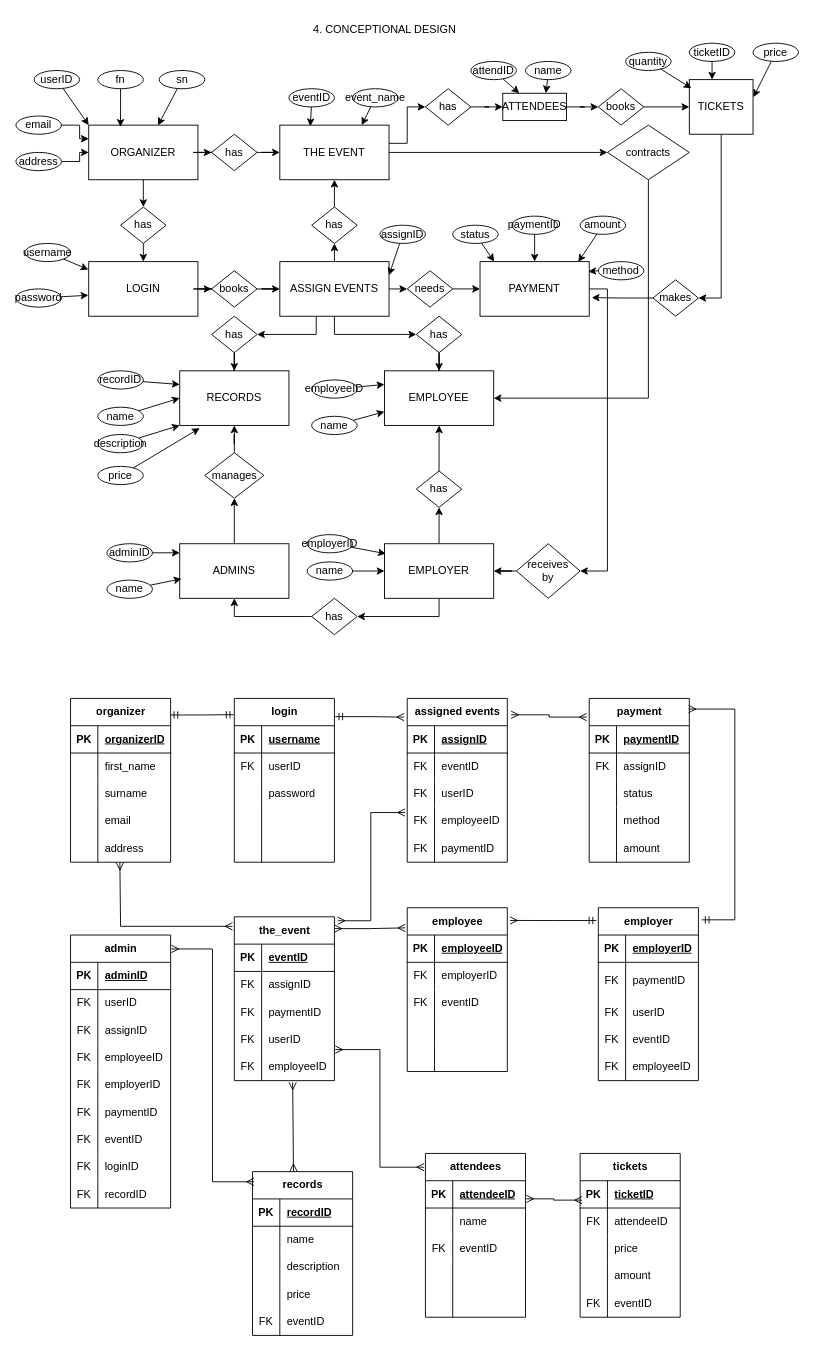
julieeesy/data_modelling_workshop keeps this draw.io diagram as data model group.drawio. Above is the earlier version. Source tidied: cells renumbered, new cells numbered last; positions are measured from the earlier drawing's top-left corner, leaving out a move shared by most shapes. Both pictures are drawn from the tidied source at 91%, with x=0, y=0 at pixel (15, 15).
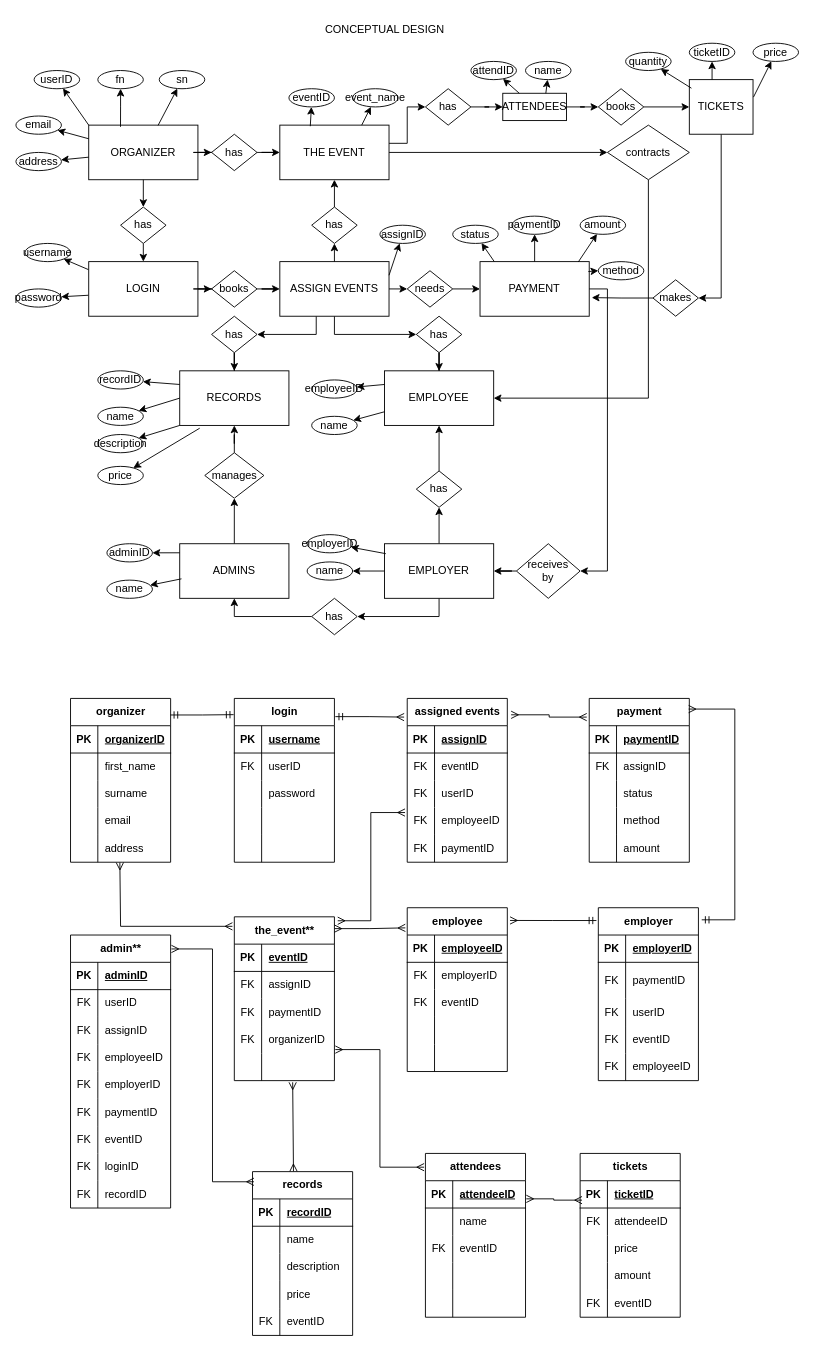
After the change.

Unchanged cells that the change refers to:
```xml
<mxCell id="3" value="LOGIN" style="rounded=0;whiteSpace=wrap;html=1;" parent="1" vertex="1">
<mxCell id="6" value="ORGANIZER" style="rounded=0;whiteSpace=wrap;html=1;" parent="1" vertex="1">
<mxCell id="11" value="ASSIGN EVENTS" style="rounded=0;whiteSpace=wrap;html=1;" parent="1" vertex="1">
<mxCell id="12" value="RECORDS" style="rounded=0;whiteSpace=wrap;html=1;" parent="1" vertex="1">
<mxCell id="14" value="ADMINS" style="rounded=0;whiteSpace=wrap;html=1;" parent="1" vertex="1">
<mxCell id="17" value="THE EVENT" style="rounded=0;whiteSpace=wrap;html=1;" parent="1" vertex="1">
<mxCell id="19" value="PAYMENT" style="rounded=0;whiteSpace=wrap;html=1;" parent="1" vertex="1">
<mxCell id="20" value="EMPLOYEE" style="rounded=0;whiteSpace=wrap;html=1;" parent="1" vertex="1">
<mxCell id="24" value="EMPLOYER" style="rounded=0;whiteSpace=wrap;html=1;" parent="1" vertex="1">
<mxCell id="48" value="userID" style="ellipse;whiteSpace=wrap;html=1;" parent="1" vertex="1">
<mxCell id="49" value="fn" style="ellipse;whiteSpace=wrap;html=1;" parent="1" vertex="1">
<mxCell id="50" value="sn" style="ellipse;whiteSpace=wrap;html=1;" parent="1" vertex="1">
<mxCell id="52" value="email" style="ellipse;whiteSpace=wrap;html=1;" parent="1" vertex="1">
<mxCell id="54" value="address" style="ellipse;whiteSpace=wrap;html=1;" parent="1" vertex="1">
<mxCell id="55" value="username" style="ellipse;whiteSpace=wrap;html=1;" parent="1" vertex="1">
<mxCell id="56" value="password" style="ellipse;whiteSpace=wrap;html=1;" parent="1" vertex="1">
<mxCell id="57" value="eventID" style="ellipse;whiteSpace=wrap;html=1;" parent="1" vertex="1">
<mxCell id="59" value="event_name" style="ellipse;whiteSpace=wrap;html=1;" parent="1" vertex="1">
<mxCell id="61" value="paymentID" style="ellipse;whiteSpace=wrap;html=1;" parent="1" vertex="1">
<mxCell id="62" value="amount" style="ellipse;whiteSpace=wrap;html=1;" parent="1" vertex="1">
<mxCell id="63" value="status" style="ellipse;whiteSpace=wrap;html=1;" parent="1" vertex="1">
<mxCell id="64" value="method" style="ellipse;whiteSpace=wrap;html=1;" parent="1" vertex="1">
<mxCell id="66" value="employeeID" style="ellipse;whiteSpace=wrap;html=1;" parent="1" vertex="1">
<mxCell id="68" value="name" style="ellipse;whiteSpace=wrap;html=1;" parent="1" vertex="1">
<mxCell id="70" value="name" style="ellipse;whiteSpace=wrap;html=1;" parent="1" vertex="1">
<mxCell id="71" value="employerID" style="ellipse;whiteSpace=wrap;html=1;" parent="1" vertex="1">
<mxCell id="73" value="recordID" style="ellipse;whiteSpace=wrap;html=1;" parent="1" vertex="1">
<mxCell id="75" value="name" style="ellipse;whiteSpace=wrap;html=1;" parent="1" vertex="1">
<mxCell id="77" value="description" style="ellipse;whiteSpace=wrap;html=1;" parent="1" vertex="1">
<mxCell id="78" value="price" style="ellipse;whiteSpace=wrap;html=1;" parent="1" vertex="1">
<mxCell id="80" value="adminID" style="ellipse;whiteSpace=wrap;html=1;" parent="1" vertex="1">
<mxCell id="81" value="name" style="ellipse;whiteSpace=wrap;html=1;" parent="1" vertex="1">
<mxCell id="131" value="assignID" style="ellipse;whiteSpace=wrap;html=1;" parent="1" vertex="1">
<mxCell id="190" style="shape=tableRow;horizontal=0;startSize=0;swimlaneHead=0;swimlaneBody=0;fillColor=none;points=[[0,0.5],[1,0.5]];portConstraint=eastwest;top=0;left=0;right=0;bottom=0;" parent="180" vertex="1">
<mxCell id="193" style="shape=tableRow;horizontal=0;startSize=0;swimlaneHead=0;swimlaneBody=0;fillColor=none;points=[[0,0.5],[1,0.5]];portConstraint=eastwest;top=0;left=0;right=0;bottom=0;" parent="180" vertex="1">
<mxCell id="251" value="ATTENDEES" style="rounded=0;whiteSpace=wrap;html=1;" parent="1" vertex="1">
<mxCell id="253" value="TICKETS" style="rounded=0;whiteSpace=wrap;html=1;" parent="1" vertex="1">
<mxCell id="259" value="attendID" style="ellipse;whiteSpace=wrap;html=1;" parent="1" vertex="1">
<mxCell id="260" value="name" style="ellipse;whiteSpace=wrap;html=1;" parent="1" vertex="1">
<mxCell id="261" value="ticketID" style="ellipse;whiteSpace=wrap;html=1;" parent="1" vertex="1">
<mxCell id="262" value="quantity" style="ellipse;whiteSpace=wrap;html=1;" parent="1" vertex="1">
<mxCell id="265" value="price" style="ellipse;whiteSpace=wrap;html=1;" parent="1" vertex="1">
```

The edit, as a diff of the source:
```diff
@@
-    <mxCell id="47" style="rounded=0;jettySize=auto;html=1;entryX=0;entryY=0;entryDx=0;entryDy=0;" parent="1" edge="1" source="48" target="6">
+    <mxCell id="47" style="rounded=0;jettySize=auto;html=1;entryX=0;entryY=0;entryDx=0;entryDy=0;endArrow=none;endFill=0;startArrow=classic;startFill=1;" parent="1" edge="1" source="48" target="6">
       <mxGeometry relative="1" as="geometry" />
     </mxCell>
@@
-    <mxCell id="51" style="edgeStyle=orthogonalEdgeStyle;rounded=0;jettySize=auto;html=1;entryX=0;entryY=0.25;entryDx=0;entryDy=0;" parent="1" edge="1" source="52" target="6">
+    <mxCell id="51" style="rounded=0;jettySize=auto;html=1;entryX=0;entryY=0.25;entryDx=0;entryDy=0;endArrow=none;endFill=0;startArrow=classic;startFill=1;" parent="1" edge="1" source="52" target="6">
       <mxGeometry relative="1" as="geometry" />
     </mxCell>
@@
-    <mxCell id="53" style="edgeStyle=orthogonalEdgeStyle;rounded=0;jettySize=auto;html=1;" parent="1" edge="1" source="54" target="6">
+    <mxCell id="53" style="rounded=0;jettySize=auto;html=1;endArrow=none;endFill=0;startArrow=classic;startFill=1;" parent="1" edge="1" source="54" target="6">
       <mxGeometry relative="1" as="geometry" />
     </mxCell>
@@
-    <mxCell id="58" style="rounded=0;jettySize=auto;html=1;entryX=0.75;entryY=0;entryDx=0;entryDy=0;" parent="1" edge="1" source="59" target="17">
+    <mxCell id="58" style="rounded=0;jettySize=auto;html=1;entryX=0.75;entryY=0;entryDx=0;entryDy=0;endArrow=none;endFill=0;startArrow=classic;startFill=1;" parent="1" edge="1" source="59" target="17">
       <mxGeometry relative="1" as="geometry" />
     </mxCell>
@@
-    <mxCell id="60" style="rounded=0;jettySize=auto;html=1;entryX=0.5;entryY=0;entryDx=0;entryDy=0;" parent="1" edge="1" source="61" target="19">
+    <mxCell id="60" style="rounded=0;jettySize=auto;html=1;entryX=0.5;entryY=0;entryDx=0;entryDy=0;endArrow=none;endFill=0;startArrow=classic;startFill=1;" parent="1" edge="1" source="61" target="19">
       <mxGeometry relative="1" as="geometry" />
     </mxCell>
@@
-    <mxCell id="65" style="rounded=0;jettySize=auto;html=1;entryX=0;entryY=0.25;entryDx=0;entryDy=0;" parent="1" edge="1" source="66" target="20">
+    <mxCell id="65" style="rounded=0;jettySize=auto;html=1;entryX=0;entryY=0.25;entryDx=0;entryDy=0;endArrow=none;endFill=0;startArrow=classic;startFill=1;" parent="1" edge="1" source="66" target="20">
       <mxGeometry relative="1" as="geometry" />
     </mxCell>
@@
-    <mxCell id="67" style="rounded=0;jettySize=auto;html=1;entryX=0;entryY=0.75;entryDx=0;entryDy=0;" parent="1" edge="1" source="68" target="20">
+    <mxCell id="67" style="rounded=0;jettySize=auto;html=1;entryX=0;entryY=0.75;entryDx=0;entryDy=0;endArrow=none;endFill=0;startArrow=classic;startFill=1;" parent="1" edge="1" source="68" target="20">
       <mxGeometry relative="1" as="geometry" />
     </mxCell>
@@
-    <mxCell id="69" style="rounded=0;jettySize=auto;html=1;entryX=0;entryY=0.5;entryDx=0;entryDy=0;" parent="1" edge="1" source="70" target="24">
+    <mxCell id="69" style="rounded=0;jettySize=auto;html=1;entryX=0;entryY=0.5;entryDx=0;entryDy=0;endArrow=none;endFill=0;startArrow=classic;startFill=1;" parent="1" edge="1" source="70" target="24">
       <mxGeometry relative="1" as="geometry" />
     </mxCell>
@@
-    <mxCell id="72" style="rounded=0;jettySize=auto;html=1;entryX=0;entryY=0.25;entryDx=0;entryDy=0;" parent="1" edge="1" source="73" target="12">
+    <mxCell id="72" style="rounded=0;jettySize=auto;html=1;entryX=0;entryY=0.25;entryDx=0;entryDy=0;endArrow=none;endFill=0;startArrow=classic;startFill=1;" parent="1" edge="1" source="73" target="12">
       <mxGeometry relative="1" as="geometry" />
     </mxCell>
@@
-    <mxCell id="74" style="rounded=0;jettySize=auto;html=1;entryX=0;entryY=0.5;entryDx=0;entryDy=0;" parent="1" edge="1" source="75" target="12">
+    <mxCell id="74" style="rounded=0;jettySize=auto;html=1;entryX=0;entryY=0.5;entryDx=0;entryDy=0;endArrow=none;endFill=0;startArrow=classic;startFill=1;" parent="1" edge="1" source="75" target="12">
       <mxGeometry relative="1" as="geometry" />
     </mxCell>
@@
-    <mxCell id="76" style="rounded=0;jettySize=auto;html=1;entryX=0;entryY=1;entryDx=0;entryDy=0;" parent="1" edge="1" source="77" target="12">
+    <mxCell id="76" style="rounded=0;jettySize=auto;html=1;entryX=0;entryY=1;entryDx=0;entryDy=0;endArrow=none;endFill=0;startArrow=classic;startFill=1;" parent="1" edge="1" source="77" target="12">
       <mxGeometry relative="1" as="geometry" />
     </mxCell>
@@
-    <mxCell id="130" style="rounded=0;jettySize=auto;html=1;entryX=1;entryY=0.25;entryDx=0;entryDy=0;" parent="1" edge="1" source="131" target="11">
+    <mxCell id="130" style="rounded=0;jettySize=auto;html=1;entryX=1;entryY=0.25;entryDx=0;entryDy=0;endArrow=none;endFill=0;startArrow=classic;startFill=1;" parent="1" edge="1" source="131" target="11">
       <mxGeometry relative="1" as="geometry" />
     </mxCell>
@@
-    <mxCell id="180" value="the_event" style="shape=table;startSize=30;childLayout=tableLayout;rowLines=0;fontStyle=1;align=center;html=1;" parent="1" vertex="1">
+    <mxCell id="180" value="the_event**" style="shape=table;startSize=30;childLayout=tableLayout;rowLines=0;fontStyle=1;align=center;html=1;" parent="1" vertex="1">
       <mxGeometry x="240" y="990" width="110" height="180" as="geometry" />
     </mxCell>
@@
-    <mxCell id="192" value="userID" style="shape=partialRectangle;fillColor=none;top=0;left=0;bottom=0;right=0;align=left;spacingLeft=6;overflow=hidden;whiteSpace=wrap;html=1;" parent="190" vertex="1">
+    <mxCell id="192" value="organizerID" style="shape=partialRectangle;fillColor=none;top=0;left=0;bottom=0;right=0;align=left;spacingLeft=6;overflow=hidden;whiteSpace=wrap;html=1;" parent="190" vertex="1">
       <mxGeometry x="30" width="80" height="30" as="geometry" />
     </mxCell>
@@
-    <mxCell id="194" value="FK" style="shape=partialRectangle;fillColor=none;top=0;left=0;bottom=0;right=0;overflow=hidden;whiteSpace=wrap;html=1;" parent="193" vertex="1">
+    <mxCell id="194" style="shape=partialRectangle;fillColor=none;top=0;left=0;bottom=0;right=0;overflow=hidden;whiteSpace=wrap;html=1;" parent="193" vertex="1">
       <mxGeometry width="30" height="30" as="geometry" />
     </mxCell>
-    <mxCell id="195" value="employeeID" style="shape=partialRectangle;fillColor=none;top=0;left=0;bottom=0;right=0;align=left;spacingLeft=6;overflow=hidden;whiteSpace=wrap;html=1;" parent="193" vertex="1">
+    <mxCell id="195" style="shape=partialRectangle;fillColor=none;top=0;left=0;bottom=0;right=0;align=left;spacingLeft=6;overflow=hidden;whiteSpace=wrap;html=1;" parent="193" vertex="1">
       <mxGeometry x="30" width="80" height="30" as="geometry" />
     </mxCell>
-    <mxCell id="196" value="admin" style="shape=table;startSize=30;childLayout=tableLayout;rowLines=0;fontStyle=1;align=center;html=1;" parent="1" vertex="1">
+    <mxCell id="196" value="admin**" style="shape=table;startSize=30;childLayout=tableLayout;rowLines=0;fontStyle=1;align=center;html=1;" parent="1" vertex="1">
       <mxGeometry x="60" y="1010" width="110" height="300" as="geometry" />
     </mxCell>
@@
-    <mxCell id="258" style="rounded=0;jettySize=auto;html=1;" parent="1" edge="1" source="259" target="251">
+    <mxCell id="258" style="rounded=0;jettySize=auto;html=1;endArrow=none;endFill=0;startArrow=classic;startFill=1;" parent="1" edge="1" source="259" target="251">
       <mxGeometry relative="1" as="geometry" />
     </mxCell>
@@
-    <mxCell id="266" value="4. CONCEPTIONAL DESIGN" style="text;html=1;align=center;verticalAlign=middle;strokeColor=none;fillColor=none;" parent="1" vertex="1">
-      <mxGeometry x="315" width="180" height="30" as="geometry" />
+    <mxCell id="266" value="CONCEPTUAL DESIGN" style="text;html=1;align=center;verticalAlign=middle;strokeColor=none;fillColor=none;" parent="1" vertex="1">
+      <mxGeometry x="330" width="150" height="30" as="geometry" />
     </mxCell>
@@
-    <mxCell id="301" style="edgeStyle=orthogonalEdgeStyle;rounded=0;jettySize=auto;html=1;entryX=0.291;entryY=0.031;entryDx=0;entryDy=0;entryPerimeter=0;" parent="1" edge="1" source="49" target="6">
+    <mxCell id="301" style="edgeStyle=orthogonalEdgeStyle;rounded=0;jettySize=auto;html=1;entryX=0.291;entryY=0.031;entryDx=0;entryDy=0;entryPerimeter=0;endArrow=none;endFill=0;startArrow=classic;startFill=1;" parent="1" edge="1" source="49" target="6">
       <mxGeometry relative="1" as="geometry" />
     </mxCell>
-    <mxCell id="302" style="rounded=0;jettySize=auto;html=1;entryX=0.635;entryY=0.005;entryDx=0;entryDy=0;entryPerimeter=0;" parent="1" edge="1" source="50" target="6">
+    <mxCell id="302" style="rounded=0;jettySize=auto;html=1;entryX=0.635;entryY=0.005;entryDx=0;entryDy=0;entryPerimeter=0;endArrow=none;endFill=0;startArrow=classic;startFill=1;" parent="1" edge="1" source="50" target="6">
       <mxGeometry relative="1" as="geometry" />
     </mxCell>
-    <mxCell id="303" style="rounded=0;jettySize=auto;html=1;entryX=0.279;entryY=0.02;entryDx=0;entryDy=0;entryPerimeter=0;" parent="1" edge="1" source="57" target="17">
+    <mxCell id="303" style="rounded=0;jettySize=auto;html=1;entryX=0.279;entryY=0.02;entryDx=0;entryDy=0;entryPerimeter=0;endArrow=none;endFill=0;startArrow=classic;startFill=1;" parent="1" edge="1" source="57" target="17">
       <mxGeometry relative="1" as="geometry" />
     </mxCell>
-    <mxCell id="304" style="rounded=0;jettySize=auto;html=1;entryX=0.676;entryY=0;entryDx=0;entryDy=0;entryPerimeter=0;" parent="1" edge="1" source="260" target="251">
+    <mxCell id="304" style="rounded=0;jettySize=auto;html=1;entryX=0.676;entryY=0;entryDx=0;entryDy=0;entryPerimeter=0;endArrow=none;endFill=0;startArrow=classic;startFill=1;" parent="1" edge="1" source="260" target="251">
       <mxGeometry relative="1" as="geometry" />
     </mxCell>
-    <mxCell id="305" style="rounded=0;jettySize=auto;html=1;entryX=0.033;entryY=0.157;entryDx=0;entryDy=0;entryPerimeter=0;" parent="1" edge="1" source="262" target="253">
+    <mxCell id="305" style="rounded=0;jettySize=auto;html=1;entryX=0.033;entryY=0.157;entryDx=0;entryDy=0;entryPerimeter=0;endArrow=none;endFill=0;startArrow=classic;startFill=1;" parent="1" edge="1" source="262" target="253">
       <mxGeometry relative="1" as="geometry" />
     </mxCell>
-    <mxCell id="306" style="edgeStyle=orthogonalEdgeStyle;rounded=0;jettySize=auto;html=1;entryX=0.356;entryY=0.001;entryDx=0;entryDy=0;entryPerimeter=0;" parent="1" edge="1" source="261" target="253">
+    <mxCell id="306" style="edgeStyle=orthogonalEdgeStyle;rounded=0;jettySize=auto;html=1;entryX=0.356;entryY=0.001;entryDx=0;entryDy=0;entryPerimeter=0;endArrow=none;endFill=0;startArrow=classic;startFill=1;" parent="1" edge="1" source="261" target="253">
       <mxGeometry relative="1" as="geometry" />
     </mxCell>
-    <mxCell id="307" style="rounded=0;jettySize=auto;html=1;entryX=1.007;entryY=0.32;entryDx=0;entryDy=0;entryPerimeter=0;" parent="1" edge="1" source="265" target="253">
+    <mxCell id="307" style="rounded=0;jettySize=auto;html=1;entryX=1.007;entryY=0.32;entryDx=0;entryDy=0;entryPerimeter=0;endArrow=none;endFill=0;startArrow=classic;startFill=1;" parent="1" edge="1" source="265" target="253">
       <mxGeometry relative="1" as="geometry" />
     </mxCell>
-    <mxCell id="308" style="rounded=0;jettySize=auto;html=1;entryX=-0.003;entryY=0.146;entryDx=0;entryDy=0;entryPerimeter=0;" parent="1" edge="1" source="55" target="3">
+    <mxCell id="308" style="rounded=0;jettySize=auto;html=1;entryX=-0.003;entryY=0.146;entryDx=0;entryDy=0;entryPerimeter=0;endArrow=none;endFill=0;startArrow=classic;startFill=1;" parent="1" edge="1" source="55" target="3">
       <mxGeometry relative="1" as="geometry" />
     </mxCell>
-    <mxCell id="309" style="rounded=0;jettySize=auto;html=1;entryX=-0.003;entryY=0.616;entryDx=0;entryDy=0;entryPerimeter=0;" parent="1" edge="1" source="56" target="3">
+    <mxCell id="309" style="rounded=0;jettySize=auto;html=1;entryX=-0.003;entryY=0.616;entryDx=0;entryDy=0;entryPerimeter=0;endArrow=none;endFill=0;startArrow=classic;startFill=1;" parent="1" edge="1" source="56" target="3">
       <mxGeometry relative="1" as="geometry" />
     </mxCell>
-    <mxCell id="310" style="rounded=0;jettySize=auto;html=1;entryX=0.13;entryY=-0.002;entryDx=0;entryDy=0;entryPerimeter=0;" parent="1" edge="1" source="63" target="19">
+    <mxCell id="310" style="rounded=0;jettySize=auto;html=1;entryX=0.13;entryY=-0.002;entryDx=0;entryDy=0;entryPerimeter=0;endArrow=none;endFill=0;startArrow=classic;startFill=1;" parent="1" edge="1" source="63" target="19">
       <mxGeometry relative="1" as="geometry" />
     </mxCell>
-    <mxCell id="311" style="rounded=0;jettySize=auto;html=1;entryX=0.9;entryY=0.006;entryDx=0;entryDy=0;entryPerimeter=0;" parent="1" edge="1" source="62" target="19">
+    <mxCell id="311" style="rounded=0;jettySize=auto;html=1;entryX=0.9;entryY=0.006;entryDx=0;entryDy=0;entryPerimeter=0;endArrow=none;endFill=0;startArrow=classic;startFill=1;" parent="1" edge="1" source="62" target="19">
       <mxGeometry relative="1" as="geometry" />
     </mxCell>
-    <mxCell id="312" style="rounded=0;jettySize=auto;html=1;entryX=0.992;entryY=0.182;entryDx=0;entryDy=0;entryPerimeter=0;" parent="1" edge="1" source="64" target="19">
+    <mxCell id="312" style="rounded=0;jettySize=auto;html=1;entryX=0.992;entryY=0.182;entryDx=0;entryDy=0;entryPerimeter=0;endArrow=none;endFill=0;startArrow=classic;startFill=1;" parent="1" edge="1" source="64" target="19">
       <mxGeometry relative="1" as="geometry" />
     </mxCell>
-    <mxCell id="313" style="rounded=0;jettySize=auto;html=1;entryX=0.183;entryY=1.051;entryDx=0;entryDy=0;entryPerimeter=0;" parent="1" edge="1" source="78" target="12">
+    <mxCell id="313" style="rounded=0;jettySize=auto;html=1;entryX=0.183;entryY=1.051;entryDx=0;entryDy=0;entryPerimeter=0;endArrow=none;endFill=0;startArrow=classic;startFill=1;" parent="1" edge="1" source="78" target="12">
       <mxGeometry relative="1" as="geometry" />
     </mxCell>
-    <mxCell id="314" style="rounded=0;jettySize=auto;html=1;entryX=0;entryY=0.166;entryDx=0;entryDy=0;entryPerimeter=0;" parent="1" edge="1" source="80" target="14">
+    <mxCell id="314" style="rounded=0;jettySize=auto;html=1;entryX=0;entryY=0.166;entryDx=0;entryDy=0;entryPerimeter=0;endArrow=none;endFill=0;startArrow=classic;startFill=1;" parent="1" edge="1" source="80" target="14">
       <mxGeometry relative="1" as="geometry" />
     </mxCell>
-    <mxCell id="315" style="rounded=0;jettySize=auto;html=1;entryX=0.016;entryY=0.643;entryDx=0;entryDy=0;entryPerimeter=0;" parent="1" edge="1" source="81" target="14">
+    <mxCell id="315" style="rounded=0;jettySize=auto;html=1;entryX=0.016;entryY=0.643;entryDx=0;entryDy=0;entryPerimeter=0;endArrow=none;endFill=0;startArrow=classic;startFill=1;" parent="1" edge="1" source="81" target="14">
       <mxGeometry relative="1" as="geometry" />
     </mxCell>
-    <mxCell id="316" style="rounded=0;jettySize=auto;html=1;entryX=0.012;entryY=0.182;entryDx=0;entryDy=0;entryPerimeter=0;" parent="1" edge="1" source="71" target="24">
+    <mxCell id="316" style="rounded=0;jettySize=auto;html=1;entryX=0.012;entryY=0.182;entryDx=0;entryDy=0;entryPerimeter=0;endArrow=none;endFill=0;startArrow=classic;startFill=1;" parent="1" edge="1" source="71" target="24">
       <mxGeometry relative="1" as="geometry" />
     </mxCell>
```
